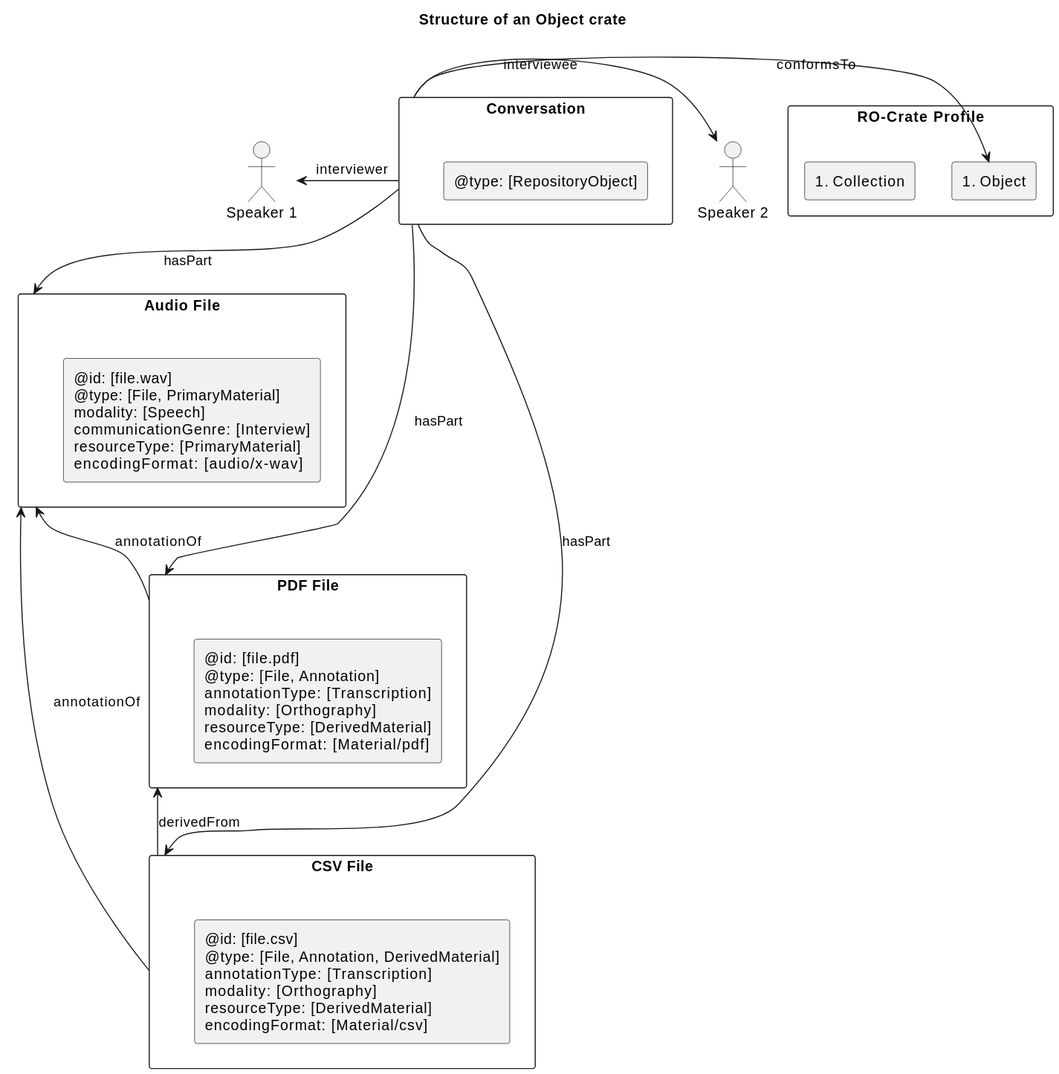
This is profile/media/object-structure.svg from Language-Research-Technology/ldac-profile, a PlantUML export, as it was before one commit.
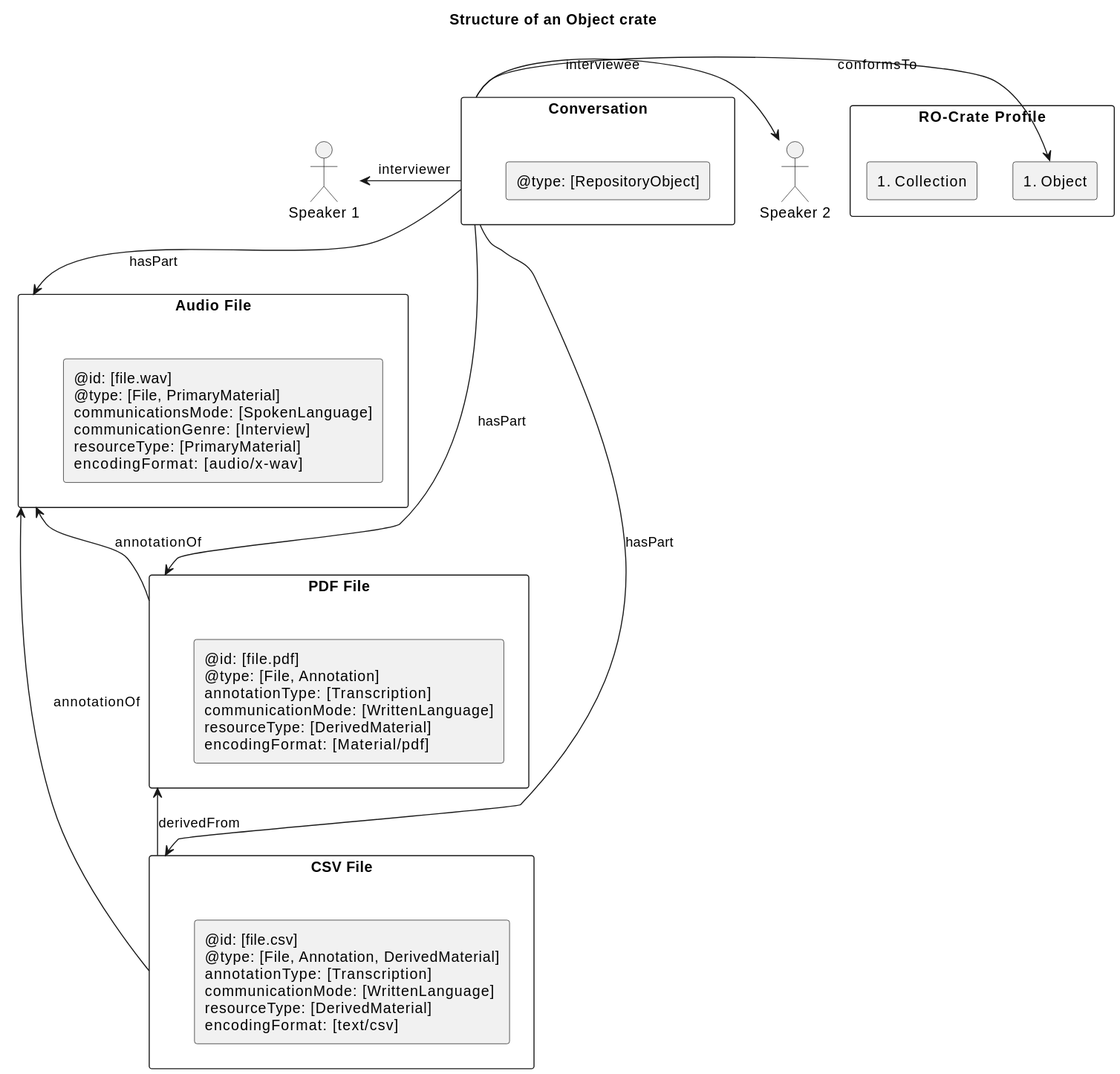
After the change.

The edit, as a diff of the source:
```diff
@@ -17,17 +17,17 @@
 
 }
 rectangle "Audio File" as audio1 {
-   rectangle "@id: [file.wav]\n@type: [File, PrimaryMaterial]\nmodality: [Speech]\ncommunicationGenre: [Interview]\nresourceType: [PrimaryMaterial]\nencodingFormat: [audio/x-wav]"
+   rectangle "@id: [file.wav]\n@type: [File, PrimaryMaterial]\ncommunicationsMode: [SpokenLanguage]\ncommunicationGenre: [Interview]\nresourceType: [PrimaryMaterial]\nencodingFormat: [audio/x-wav]"
 
 
 }
 rectangle "PDF File" as pdf1 {
-   rectangle "@id: [file.pdf]\n@type: [File, Annotation]\nannotationType: [Transcription]\nmodality: [Orthography]\nresourceType: [DerivedMaterial]\nencodingFormat: [Material/pdf]" as pt
+   rectangle "@id: [file.pdf]\n@type: [File, Annotation]\nannotationType: [Transcription]\ncommunicationMode: [WrittenLanguage]\nresourceType: [DerivedMaterial]\nencodingFormat: [Material/pdf]" as pt
 
 }
 
 rectangle "CSV File" as csv1 {
-   rectangle "@id: [file.csv]\n@type: [File, Annotation, DerivedMaterial]\nannotationType: [Transcription]\nmodality: [Orthography]\nresourceType: [DerivedMaterial]\nencodingFormat: [Material/csv]"
+   rectangle "@id: [file.csv]\n@type: [File, Annotation, DerivedMaterial]\nannotationType: [Transcription]\ncommunicationMode: [WrittenLanguage]\nresourceType: [DerivedMaterial]\nencodingFormat: [text/csv]"
 }
 
 c1 -down-> pdf1 : hasPart
@@ -41,6 +41,4 @@
 c1 -left-> s1 : interviewer
 c1 -right-> s2 : interviewee
 c1 ->  proobj: conformsTo
-
-
 @enduml
```
